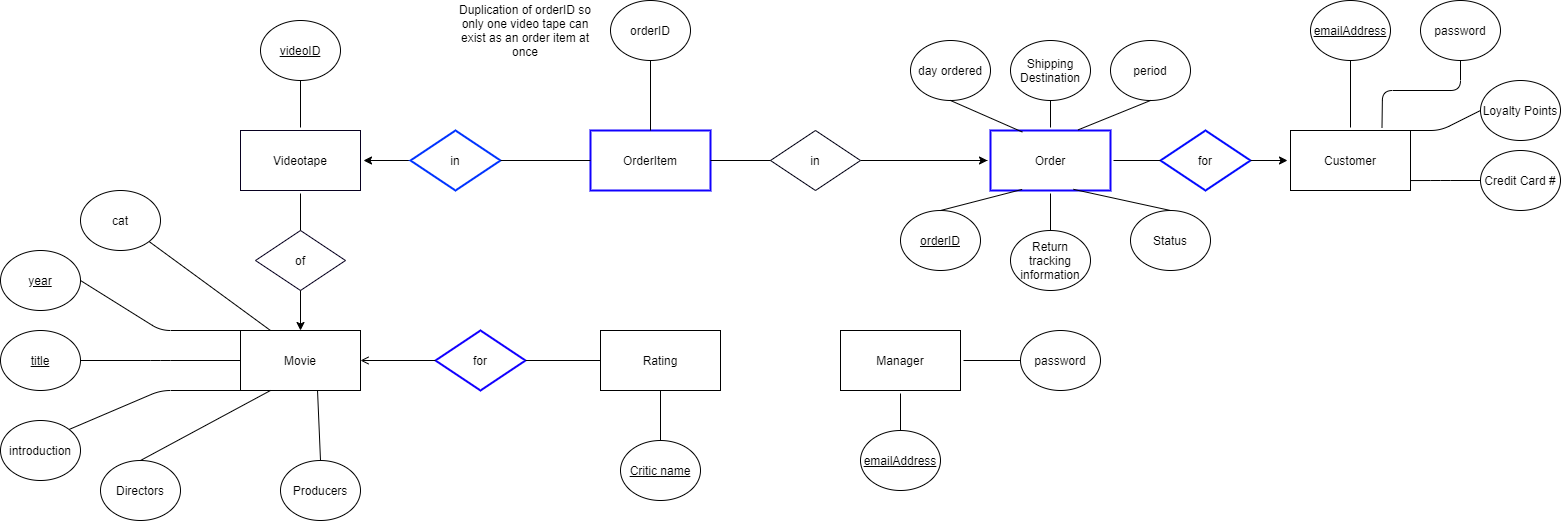
The draw.io diagram diagrams/videorental_ER_diagram.png in MasonDarcy/4312Project, before a commit. Source tidied: cells renumbered, new cells last; positions are measured from the earlier drawing's top-left corner, leaving out a move shared by most shapes.
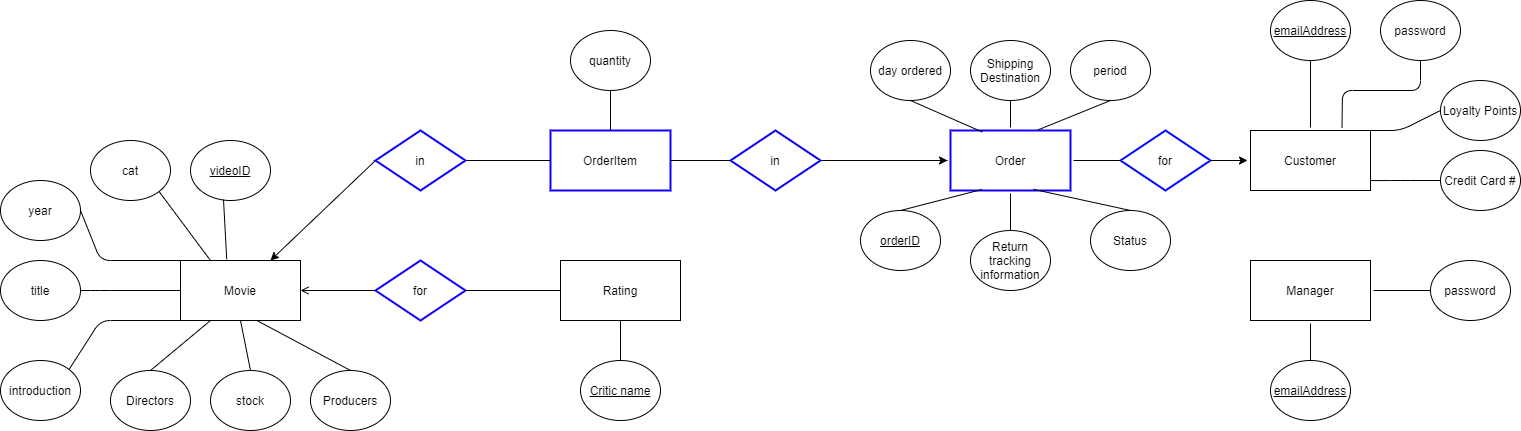
Above is the later version.

What changed in the source:
```diff
@@ -3,33 +3,33 @@
     <mxCell id="0" />
     <mxCell id="1" parent="0" />
     <mxCell id="2" value="Movie" style="rounded=0;whiteSpace=wrap;html=1;" parent="1" vertex="1">
-      <mxGeometry x="240" y="330" width="120" height="60" as="geometry" />
+      <mxGeometry x="220" y="260" width="120" height="60" as="geometry" />
     </mxCell>
     <mxCell id="3" value="introduction" style="ellipse;whiteSpace=wrap;html=1;" parent="1" vertex="1">
-      <mxGeometry y="420" width="80" height="60" as="geometry" />
+      <mxGeometry x="40" y="360" width="80" height="60" as="geometry" />
     </mxCell>
-    <mxCell id="4" value="&lt;u&gt;year&lt;/u&gt;" style="ellipse;whiteSpace=wrap;html=1;" parent="1" vertex="1">
-      <mxGeometry y="250" width="80" height="60" as="geometry" />
+    <mxCell id="4" value="year" style="ellipse;whiteSpace=wrap;html=1;" parent="1" vertex="1">
+      <mxGeometry x="40" y="180" width="80" height="60" as="geometry" />
     </mxCell>
     <mxCell id="5" style="endArrow=none;html=1;entryX=1;entryY=0.5;entryDx=0;entryDy=0;exitX=0;exitY=0;exitDx=0;exitDy=0;" parent="1" edge="1" source="2" target="4">
       <mxGeometry relative="1" as="geometry">
         <Array as="points">
-          <mxPoint x="160" y="330" />
+          <mxPoint x="140" y="260" />
         </Array>
       </mxGeometry>
     </mxCell>
     <mxCell id="6" style="endArrow=none;html=1;entryX=1;entryY=0;entryDx=0;entryDy=0;exitX=0;exitY=1;exitDx=0;exitDy=0;" parent="1" edge="1" source="2" target="3">
       <mxGeometry relative="1" as="geometry">
         <Array as="points">
-          <mxPoint x="160" y="390" />
+          <mxPoint x="140" y="320" />
         </Array>
       </mxGeometry>
     </mxCell>
     <mxCell id="7" value="Rating" style="rounded=0;whiteSpace=wrap;html=1;" parent="1" vertex="1">
-      <mxGeometry x="600" y="330" width="120" height="60" as="geometry" />
+      <mxGeometry x="600" y="260" width="120" height="60" as="geometry" />
     </mxCell>
     <mxCell id="8" value="for" style="rhombus;whiteSpace=wrap;html=1;strokeColor=#1100FF;strokeWidth=2;" parent="1" vertex="1">
-      <mxGeometry x="435" y="330" width="90" height="60" as="geometry" />
+      <mxGeometry x="415" y="260" width="90" height="60" as="geometry" />
     </mxCell>
     <mxCell id="9" style="endArrow=none;html=1;entryX=1;entryY=0.5;entryDx=0;entryDy=0;exitX=0;exitY=0.5;exitDx=0;exitDy=0;" parent="1" edge="1" source="7" target="8">
       <mxGeometry relative="1" as="geometry" />
@@ -37,39 +37,22 @@
     <mxCell id="10" style="endArrow=open;html=1;entryX=1;entryY=0.5;entryDx=0;entryDy=0;exitX=0;exitY=0.5;exitDx=0;exitDy=0;startArrow=none;startFill=0;endFill=0;" parent="1" edge="1" source="8" target="2">
       <mxGeometry relative="1" as="geometry" />
     </mxCell>
-    <mxCell id="11" value="Videotape" style="rounded=0;whiteSpace=wrap;html=1;perimeterSpacing=3;strokeWidth=1;strokeColor=#07001F;" parent="1" vertex="1">
-      <mxGeometry x="240" y="130" width="120" height="60" as="geometry" />
-    </mxCell>
-    <mxCell id="12" value="of" style="rhombus;whiteSpace=wrap;html=1;strokeWidth=1;strokeColor=#06001F;" parent="1" vertex="1">
-      <mxGeometry x="255" y="230" width="90" height="60" as="geometry" />
-    </mxCell>
-    <mxCell id="13" style="endArrow=none;html=1;entryX=0.5;entryY=1;entryDx=0;entryDy=0;exitX=0.5;exitY=0;exitDx=0;exitDy=0;startArrow=classic;startFill=1;" parent="1" edge="1" source="2" target="12">
+    <mxCell id="13" style="endArrow=none;html=1;entryX=0;entryY=0.5;entryDx=0;entryDy=0;exitX=0.75;exitY=0;exitDx=0;exitDy=0;startArrow=classic;startFill=1;" parent="1" edge="1" source="2" target="61">
       <mxGeometry relative="1" as="geometry" />
     </mxCell>
-    <mxCell id="14" style="endArrow=none;html=1;entryX=0.5;entryY=1;entryDx=0;entryDy=0;" parent="1" edge="1" source="12" target="11">
-      <mxGeometry relative="1" as="geometry" />
-    </mxCell>
-    <mxCell id="15" value="&lt;u&gt;videoID&lt;/u&gt;" style="ellipse;whiteSpace=wrap;html=1;" parent="1" vertex="1">
-      <mxGeometry x="260" y="20" width="80" height="60" as="geometry" />
-    </mxCell>
-    <mxCell id="16" style="endArrow=none;html=1;" parent="1" edge="1" source="15">
-      <mxGeometry relative="1" as="geometry">
-        <mxPoint x="300" y="127" as="targetPoint" />
-      </mxGeometry>
-    </mxCell>
-    <mxCell id="17" value="&lt;u&gt;title&lt;/u&gt;" style="ellipse;whiteSpace=wrap;html=1;" parent="1" vertex="1">
-      <mxGeometry y="330" width="80" height="60" as="geometry" />
+    <mxCell id="17" value="title" style="ellipse;whiteSpace=wrap;html=1;" parent="1" vertex="1">
+      <mxGeometry x="40" y="260" width="80" height="60" as="geometry" />
     </mxCell>
     <mxCell id="18" style="endArrow=none;html=1;entryX=1;entryY=0.5;entryDx=0;entryDy=0;" parent="1" edge="1" target="17">
       <mxGeometry relative="1" as="geometry">
-        <mxPoint x="240" y="360" as="sourcePoint" />
+        <mxPoint x="220" y="290" as="sourcePoint" />
         <Array as="points">
-          <mxPoint x="160" y="360" />
+          <mxPoint x="140" y="290" />
         </Array>
       </mxGeometry>
     </mxCell>
     <mxCell id="19" value="cat" style="ellipse;whiteSpace=wrap;html=1;" parent="1" vertex="1">
-      <mxGeometry x="80" y="190" width="80" height="60" as="geometry" />
+      <mxGeometry x="130" y="140" width="80" height="60" as="geometry" />
     </mxCell>
     <mxCell id="20" style="endArrow=none;html=1;entryX=0.25;entryY=0;entryDx=0;entryDy=0;exitX=1;exitY=1;exitDx=0;exitDy=0;" parent="1" edge="1" source="19" target="2">
       <mxGeometry relative="1" as="geometry" />
@@ -89,11 +72,6 @@
     <mxCell id="25" style="endArrow=none;html=1;exitX=1;exitY=0.5;exitDx=0;exitDy=0;entryX=0;entryY=0.5;entryDx=0;entryDy=0;" parent="1" edge="1" source="22" target="23">
       <mxGeometry relative="1" as="geometry" />
     </mxCell>
-    <mxCell id="26" style="edgeStyle=orthogonalEdgeStyle;rounded=0;jettySize=auto;html=1;startArrow=none;startFill=0;endArrow=classic;endFill=1;" parent="1" edge="1" target="11">
-      <mxGeometry relative="1" as="geometry">
-        <mxPoint x="440" y="160" as="sourcePoint" />
-      </mxGeometry>
-    </mxCell>
     <mxCell id="27" style="edgeStyle=orthogonalEdgeStyle;rounded=1;jettySize=auto;html=1;startArrow=none;startFill=0;endArrow=none;endFill=0;exitX=1;exitY=0.5;exitDx=0;exitDy=0;" parent="1" edge="1" source="63" target="22">
       <mxGeometry relative="1" as="geometry" />
     </mxCell>
@@ -138,7 +116,7 @@
       <mxGeometry relative="1" as="geometry" />
     </mxCell>
     <mxCell id="39" value="Directors" style="ellipse;whiteSpace=wrap;html=1;" parent="1" vertex="1">
-      <mxGeometry x="100" y="460" width="80" height="60" as="geometry" />
+      <mxGeometry x="150" y="370" width="80" height="60" as="geometry" />
     </mxCell>
     <mxCell id="40" style="endArrow=none;html=1;entryX=0.25;entryY=1;entryDx=0;entryDy=0;exitX=0.5;exitY=0;exitDx=0;exitDy=0;" parent="1" edge="1" source="39" target="2">
       <mxGeometry relative="1" as="geometry" />
@@ -150,22 +128,22 @@
       <mxGeometry relative="1" as="geometry" />
     </mxCell>
     <mxCell id="43" value="Manager" style="rounded=0;whiteSpace=wrap;html=1;perimeterSpacing=3;strokeWidth=1;" parent="1" vertex="1">
-      <mxGeometry x="840" y="330" width="120" height="60" as="geometry" />
+      <mxGeometry x="1290" y="260" width="120" height="60" as="geometry" />
     </mxCell>
     <mxCell id="44" value="password" style="ellipse;whiteSpace=wrap;html=1;" parent="1" vertex="1">
-      <mxGeometry x="1020" y="330" width="80" height="60" as="geometry" />
+      <mxGeometry x="1470" y="260" width="80" height="60" as="geometry" />
     </mxCell>
     <mxCell id="45" style="endArrow=none;html=1;entryX=0;entryY=0.5;entryDx=0;entryDy=0;exitX=1;exitY=0.5;exitDx=0;exitDy=0;" parent="1" edge="1" source="43" target="44">
       <mxGeometry relative="1" as="geometry" />
     </mxCell>
     <mxCell id="46" value="&lt;u&gt;emailAddress&lt;/u&gt;" style="ellipse;whiteSpace=wrap;html=1;" parent="1" vertex="1">
-      <mxGeometry x="860" y="430" width="80" height="60" as="geometry" />
+      <mxGeometry x="1310" y="360" width="80" height="60" as="geometry" />
     </mxCell>
     <mxCell id="47" style="endArrow=none;html=1;entryX=0.5;entryY=1;entryDx=0;entryDy=0;exitX=0.5;exitY=0;exitDx=0;exitDy=0;" parent="1" edge="1" source="46" target="43">
       <mxGeometry relative="1" as="geometry" />
     </mxCell>
     <mxCell id="48" value="&lt;u&gt;Critic name&lt;/u&gt;" style="ellipse;whiteSpace=wrap;html=1;" parent="1" vertex="1">
-      <mxGeometry x="620" y="440" width="80" height="60" as="geometry" />
+      <mxGeometry x="620" y="360" width="80" height="60" as="geometry" />
     </mxCell>
     <mxCell id="49" style="endArrow=none;html=1;entryX=0.5;entryY=1;entryDx=0;entryDy=0;" parent="1" edge="1" source="48" target="7">
       <mxGeometry relative="1" as="geometry" />
@@ -207,31 +185,42 @@
       <mxGeometry relative="1" as="geometry" />
     </mxCell>
     <mxCell id="59" value="Producers" style="ellipse;whiteSpace=wrap;html=1;" parent="1" vertex="1">
-      <mxGeometry x="280" y="460" width="80" height="60" as="geometry" />
+      <mxGeometry x="350" y="370" width="80" height="60" as="geometry" />
     </mxCell>
     <mxCell id="60" value="OrderItem" style="rounded=0;whiteSpace=wrap;html=1;strokeWidth=2;strokeColor=#1100FF;" parent="1" vertex="1">
       <mxGeometry x="590" y="130" width="120" height="60" as="geometry" />
     </mxCell>
-    <mxCell id="61" value="in" style="rhombus;whiteSpace=wrap;html=1;strokeWidth=2;strokeColor=#0033FF;" parent="1" vertex="1">
-      <mxGeometry x="410" y="130" width="90" height="60" as="geometry" />
-    </mxCell>
     <mxCell id="62" style="endArrow=none;html=1;exitX=1;exitY=0.5;exitDx=0;exitDy=0;entryX=0;entryY=0.5;entryDx=0;entryDy=0;" parent="1" edge="1" source="61" target="60">
       <mxGeometry relative="1" as="geometry" />
     </mxCell>
-    <mxCell id="63" value="in" style="rhombus;whiteSpace=wrap;html=1;strokeWidth=1;strokeColor=#010014;" parent="1" vertex="1">
+    <mxCell id="63" value="in" style="rhombus;whiteSpace=wrap;html=1;strokeWidth=2;strokeColor=#0C00F5;" parent="1" vertex="1">
       <mxGeometry x="770" y="130" width="90" height="60" as="geometry" />
     </mxCell>
     <mxCell id="64" style="endArrow=none;html=1;entryX=0;entryY=0.5;entryDx=0;entryDy=0;exitX=1;exitY=0.5;exitDx=0;exitDy=0;" parent="1" edge="1" source="60" target="63">
       <mxGeometry relative="1" as="geometry" />
     </mxCell>
-    <mxCell id="65" value="orderID" style="ellipse;whiteSpace=wrap;html=1;" parent="1" vertex="1">
-      <mxGeometry x="610" width="80" height="60" as="geometry" />
+    <mxCell id="65" value="quantity" style="ellipse;whiteSpace=wrap;html=1;" parent="1" vertex="1">
+      <mxGeometry x="610" y="30" width="80" height="60" as="geometry" />
     </mxCell>
     <mxCell id="66" style="endArrow=none;html=1;entryX=0.5;entryY=1;entryDx=0;entryDy=0;exitX=0.5;exitY=0;exitDx=0;exitDy=0;" parent="1" edge="1" source="60" target="65">
       <mxGeometry relative="1" as="geometry" />
     </mxCell>
-    <mxCell id="67" value="Duplication of orderID so only one video tape can exist as an order item at once" style="text;html=1;strokeColor=none;fillColor=none;align=center;verticalAlign=middle;whiteSpace=wrap;rounded=0;" parent="1" vertex="1">
-      <mxGeometry x="450" y="20" width="150" height="20" as="geometry" />
-    </mxCell>
+    <mxCell id="61" value="in" style="rhombus;whiteSpace=wrap;html=1;strokeWidth=2;strokeColor=#0D00FF;" parent="1" vertex="1">
+      <mxGeometry x="415" y="130" width="90" height="60" as="geometry" />
+    </mxCell>
+    <mxCell id="15" value="&lt;u&gt;videoID&lt;/u&gt;" style="ellipse;whiteSpace=wrap;html=1;" parent="1" vertex="1">
+      <mxGeometry x="230" y="140" width="80" height="60" as="geometry" />
+    </mxCell>
+    <mxCell id="68" style="endArrow=none;html=1;exitX=0.385;exitY=-0.021;exitDx=0;exitDy=0;exitPerimeter=0;" parent="1" edge="1" source="2">
+      <mxGeometry relative="1" as="geometry">
+        <mxPoint x="263" y="199" as="targetPoint" />
+      </mxGeometry>
+    </mxCell>
+    <mxCell id="69" value="stock" style="ellipse;whiteSpace=wrap;html=1;" parent="1" vertex="1">
+      <mxGeometry x="250" y="370" width="80" height="60" as="geometry" />
+    </mxCell>
+    <mxCell id="70" style="endArrow=none;html=1;exitX=0.5;exitY=0;exitDx=0;exitDy=0;entryX=0.5;entryY=1;entryDx=0;entryDy=0;" parent="1" edge="1" source="69" target="2">
+      <mxGeometry relative="1" as="geometry" />
+    </mxCell>
   </root>
 </mxGraphModel>
```
